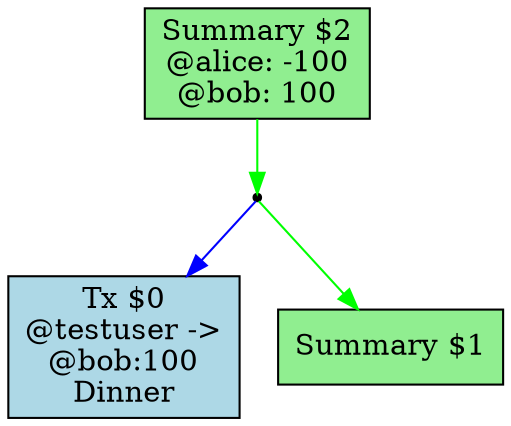
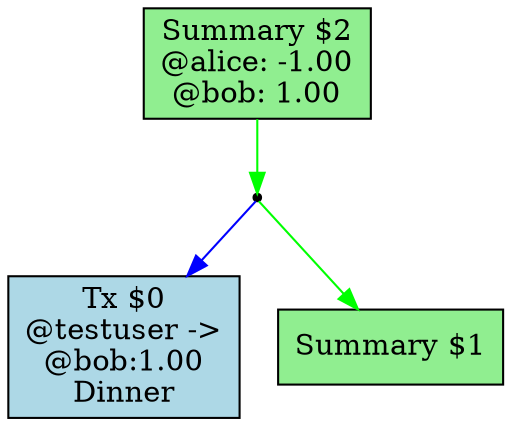
digraph G {
  node [shape=box];
-   "$0" [label="Tx $0\n@testuser ->\n@bob:100\nDinner", style=filled, fillcolor=lightblue];
+   "$0" [label="Tx $0\n@testuser ->\n@bob:1.00\nDinner", style=filled, fillcolor=lightblue];
  "$1" [label="Summary $1\n", style=filled, fillcolor=lightgreen];
-   "$2" [label="Summary $2\n@alice: -100\n@bob: 100", style=filled, fillcolor=lightgreen];
+   "$2" [label="Summary $2\n@alice: -1.00\n@bob: 1.00", style=filled, fillcolor=lightgreen];
  "ind_$2_$1" [shape=point];
  "$2" -> "ind_$2_$1" [color=green];
  "ind_$2_$1" -> "$1" [color=green];
  "ind_$2_$1" -> "$0" [color=blue];
}
